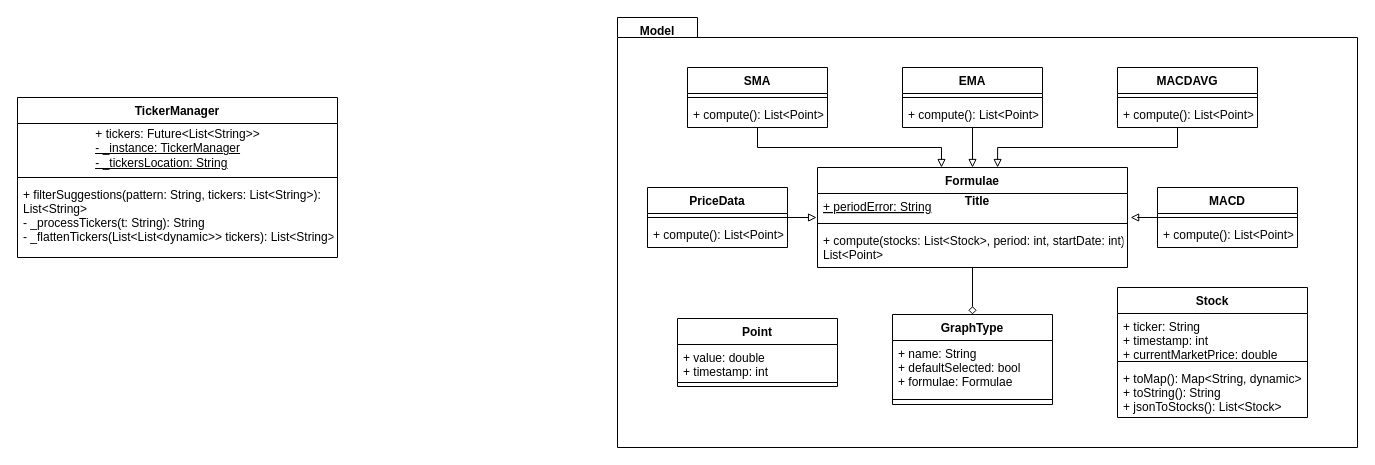
Above: diagrams/ClassDiagram.drawio in TudorMaxim/FinancialSystemsCoursework (draw.io), before the change. Source tidied: cells renumbered, new cells numbered last; positions are measured from the earlier drawing's top-left corner, leaving out a move shared by most shapes. Both pictures are drawn from the tidied source at 100%, with x=0, y=0 at pixel (17, 17).
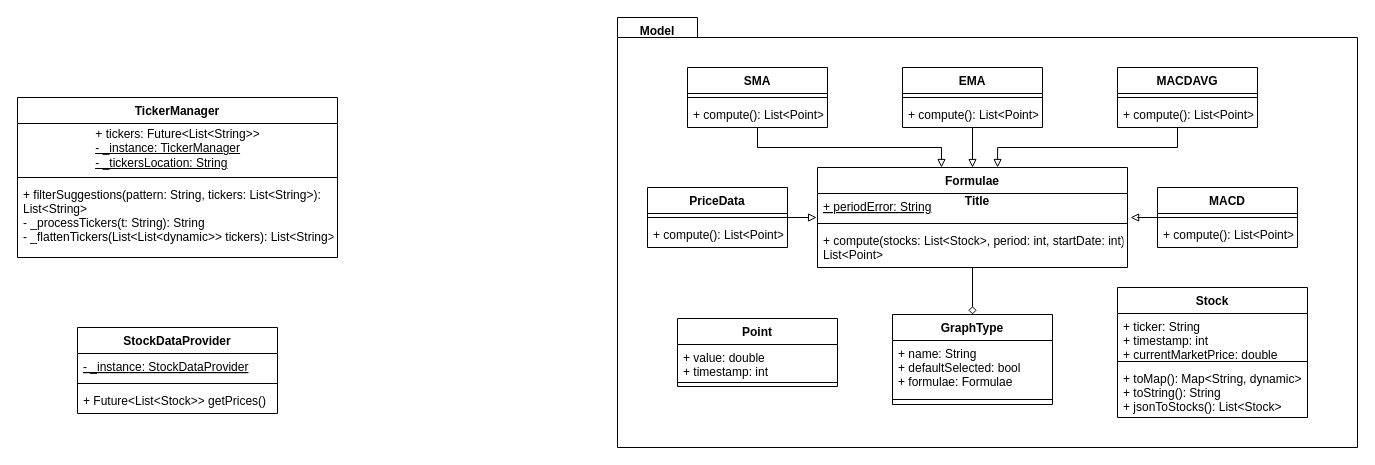
The same diagram, later.

Commit message:
StockDataProvider class added

Change to the diagram source:
```diff
@@
+    <mxCell id="44" value="StockDataProvider" style="swimlane;fontStyle=1;align=center;verticalAlign=top;horizontal=1;startSize=26;" parent="1" vertex="1">
+      <mxGeometry x="60" y="310" width="200" height="86" as="geometry" />
+    </mxCell>
+    <mxCell id="45" value="- _instance: StockDataProvider" style="text;strokeColor=none;fillColor=none;align=left;verticalAlign=top;spacingLeft=4;spacingRight=4;overflow=hidden;fontStyle=4;" parent="44" vertex="1">
+      <mxGeometry y="26" width="200" height="26" as="geometry" />
+    </mxCell>
+    <mxCell id="46" style="line;strokeWidth=1;fillColor=none;align=left;verticalAlign=middle;spacingTop=-1;spacingLeft=3;spacingRight=3;labelPosition=right;" parent="44" vertex="1">
+      <mxGeometry y="52" width="200" height="8" as="geometry" />
+    </mxCell>
+    <mxCell id="47" value="+ Future&lt;List&lt;Stock&gt;&gt; getPrices()" style="text;strokeColor=none;fillColor=none;align=left;verticalAlign=top;spacingLeft=4;spacingRight=4;overflow=hidden;" parent="44" vertex="1">
+      <mxGeometry y="60" width="200" height="26" as="geometry" />
+    </mxCell>
```
